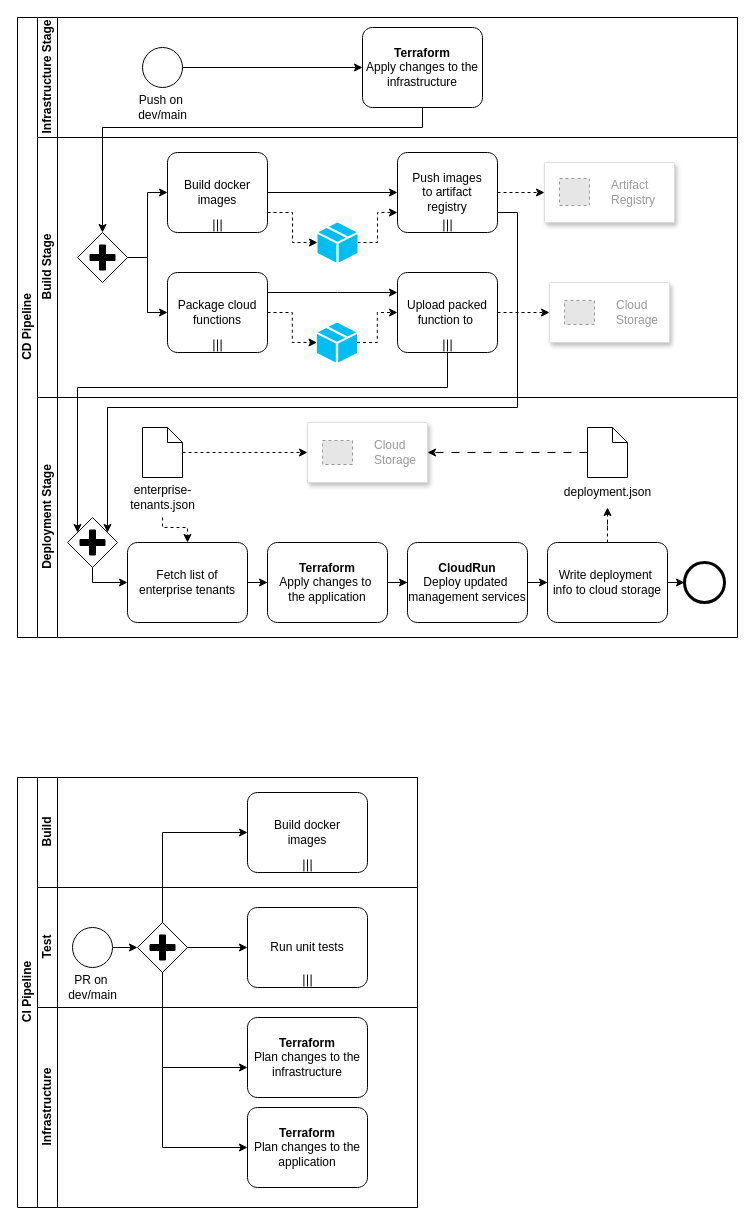
This is docs/final_submission/resources/pipelines.drawio from HTWG-Zeugs/park, a draw.io file, before an edit. Source tidied: cells renumbered, new cells numbered last; positions are measured from the earlier drawing's top-left corner, leaving out a move shared by most shapes. Both pictures are drawn from the tidied source at 100%, with x=0, y=0 at pixel (17, 17). Pictures stored in the file or linked from it are replaced by grey dashed boxes.
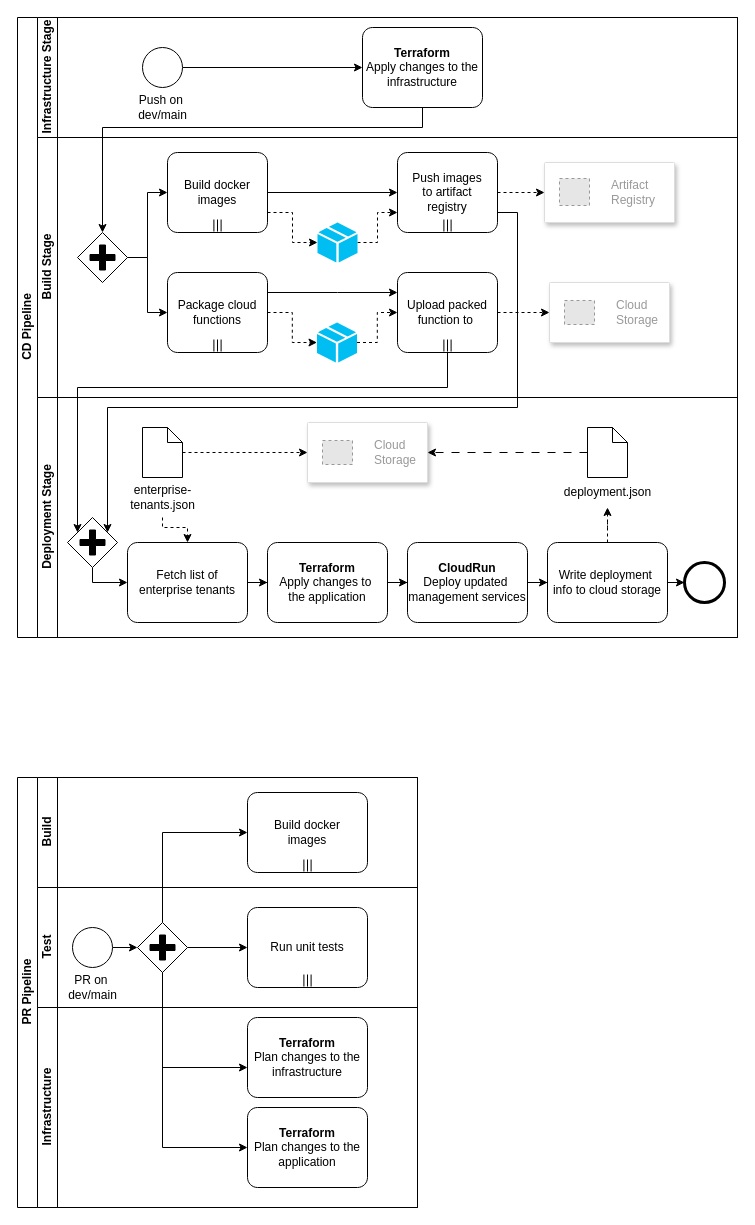
The same diagram, later.

Change to the diagram source:
```diff
@@
-    <mxCell id="55" value="CI Pipeline" style="swimlane;html=1;horizontal=0;startSize=20;" parent="1" vertex="1">
+    <mxCell id="55" value="PR Pipeline" style="swimlane;html=1;horizontal=0;startSize=20;" parent="1" vertex="1">
       <mxGeometry y="760" width="400" height="430" as="geometry" />
     </mxCell>
```
